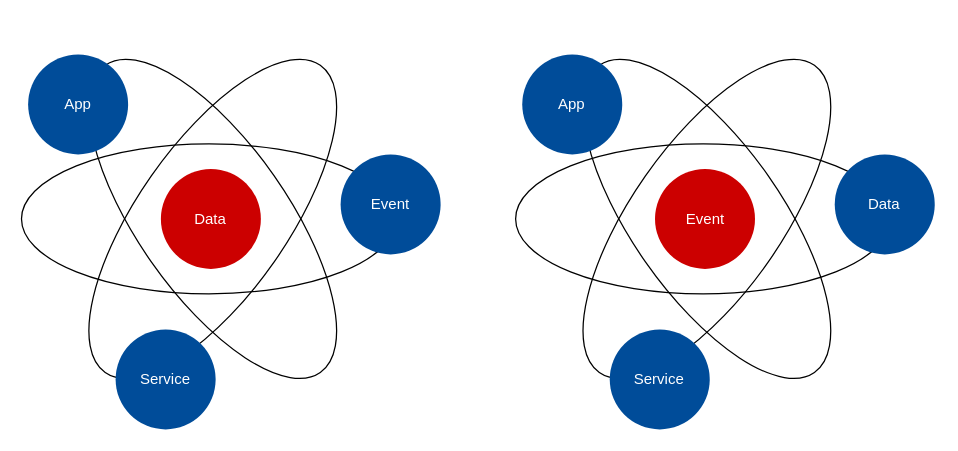
Above: img/src/event-driven.drawio in bcgov/jpss-idsp (draw.io), before the change. Source tidied: cells renumbered, new cells numbered last; positions are measured from the earlier drawing's top-left corner, leaving out a move shared by most shapes. Both pictures are drawn from the tidied source at 125%, with x=0, y=0 at pixel (21, 54).
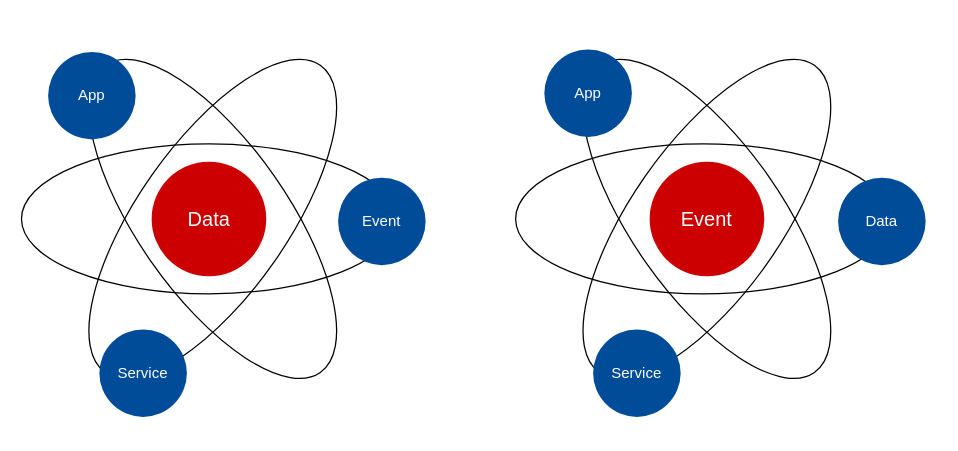
The same diagram, later.

Commit message (it also covers changes not shown here):
updated event-driven drawing

Change to the diagram source:
```diff
@@
 <mxGraphModel background="#FFFFFF">
   <root>
     <mxCell id="0" />
     <mxCell id="1" parent="0" />
     <mxCell id="2" style="ellipse;whiteSpace=wrap;html=1;fillColor=none;strokeColor=#000000;" parent="1" vertex="1">
       <mxGeometry x="395" y="71.6" width="300" height="120" as="geometry" />
     </mxCell>
     <mxCell id="3" style="ellipse;whiteSpace=wrap;html=1;fillColor=none;strokeColor=#000000;rotation=-55;" parent="1" vertex="1">
       <mxGeometry x="398" y="71.6" width="300" height="120" as="geometry" />
     </mxCell>
     <mxCell id="4" style="ellipse;whiteSpace=wrap;html=1;fillColor=none;strokeColor=#000000;rotation=-125;" parent="1" vertex="1">
       <mxGeometry x="398" y="71.6" width="300" height="120" as="geometry" />
     </mxCell>
     <mxCell id="5" style="ellipse;whiteSpace=wrap;html=1;fillColor=none;strokeColor=#000000;" parent="1" vertex="1">
       <mxGeometry x="-0.3" y="71.6" width="300" height="120" as="geometry" />
     </mxCell>
     <mxCell id="6" style="ellipse;whiteSpace=wrap;html=1;fillColor=none;strokeColor=#000000;rotation=-55;" parent="1" vertex="1">
       <mxGeometry x="2.7" y="71.6" width="300" height="120" as="geometry" />
     </mxCell>
     <mxCell id="7" style="ellipse;whiteSpace=wrap;html=1;fillColor=none;strokeColor=#000000;rotation=-125;" parent="1" vertex="1">
       <mxGeometry x="2.7" y="71.6" width="300" height="120" as="geometry" />
     </mxCell>
     <mxCell id="8" value="App" style="ellipse;whiteSpace=wrap;html=1;fillColor=#004C99;strokeColor=none;fontColor=#FFFFFF;" parent="1" vertex="1">
-      <mxGeometry x="5" width="80" height="80" as="geometry" />
+      <mxGeometry x="21" y="-2" width="70" height="70" as="geometry" />
     </mxCell>
     <mxCell id="9" value="Service" style="ellipse;whiteSpace=wrap;html=1;fillColor=#004C99;strokeColor=none;fontColor=#FFFFFF;" parent="1" vertex="1">
-      <mxGeometry x="75" y="220" width="80" height="80" as="geometry" />
+      <mxGeometry x="62" y="220" width="70" height="70" as="geometry" />
     </mxCell>
     <mxCell id="10" value="Event" style="ellipse;whiteSpace=wrap;html=1;fillColor=#004C99;strokeColor=none;fontColor=#FFFFFF;" parent="1" vertex="1">
-      <mxGeometry x="255" y="80" width="80" height="80" as="geometry" />
+      <mxGeometry x="253" y="98.6" width="70" height="70" as="geometry" />
     </mxCell>
-    <mxCell id="11" value="Data" style="ellipse;whiteSpace=wrap;html=1;fillColor=#CC0000;strokeColor=none;fontColor=#FFFFFF;" parent="1" vertex="1">
-      <mxGeometry x="111.2" y="91.6" width="80" height="80" as="geometry" />
+    <mxCell id="11" value="Data" style="ellipse;whiteSpace=wrap;html=1;fillColor=#CC0000;strokeColor=none;fontColor=#FFFFFF;fontSize=16;" parent="1" vertex="1">
+      <mxGeometry x="103.8" y="85.8" width="91.7" height="91.7" as="geometry" />
     </mxCell>
     <mxCell id="12" value="App" style="ellipse;whiteSpace=wrap;html=1;fillColor=#004C99;strokeColor=none;fontColor=#FFFFFF;" parent="1" vertex="1">
-      <mxGeometry x="400.3" width="80" height="80" as="geometry" />
+      <mxGeometry x="418" y="-4" width="70" height="70" as="geometry" />
     </mxCell>
     <mxCell id="13" value="Service" style="ellipse;whiteSpace=wrap;html=1;fillColor=#004C99;strokeColor=none;fontColor=#FFFFFF;" parent="1" vertex="1">
-      <mxGeometry x="470.3" y="220" width="80" height="80" as="geometry" />
+      <mxGeometry x="457" y="220" width="70" height="70" as="geometry" />
     </mxCell>
     <mxCell id="14" value="Data" style="ellipse;whiteSpace=wrap;html=1;fillColor=#004C99;strokeColor=none;fontColor=#FFFFFF;" parent="1" vertex="1">
-      <mxGeometry x="650.3" y="80" width="80" height="80" as="geometry" />
+      <mxGeometry x="653" y="98.6" width="70" height="70" as="geometry" />
     </mxCell>
-    <mxCell id="15" value="Event" style="ellipse;whiteSpace=wrap;html=1;fillColor=#CC0000;strokeColor=none;fontColor=#FFFFFF;" parent="1" vertex="1">
-      <mxGeometry x="506.5" y="91.6" width="80" height="80" as="geometry" />
+    <mxCell id="15" value="&lt;font style=&quot;font-size: 16px&quot;&gt;Event&lt;/font&gt;" style="ellipse;whiteSpace=wrap;html=1;fillColor=#CC0000;strokeColor=none;fontColor=#FFFFFF;" parent="1" vertex="1">
+      <mxGeometry x="502.2" y="85.8" width="91.7" height="91.7" as="geometry" />
     </mxCell>
   </root>
 </mxGraphModel>
```
